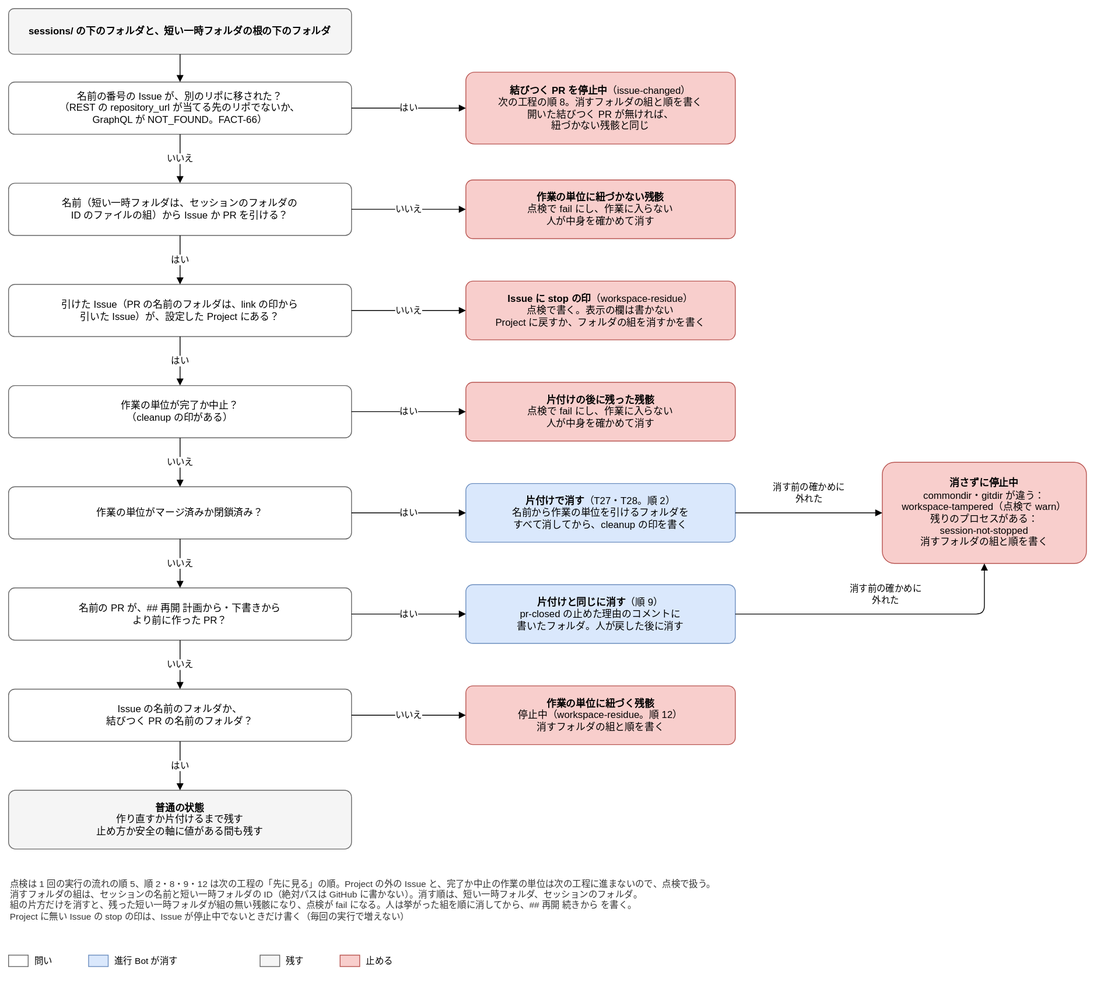
Before: docs/design/basic/diagrams/02-workspace-residue.drawio.svg, a diagram exported from draw.io (Joymerrevent/dev-autopilot). Source tidied: cells renumbered, new cells last; positions are measured from the earlier drawing's top-left corner, leaving out a move shared by most shapes.
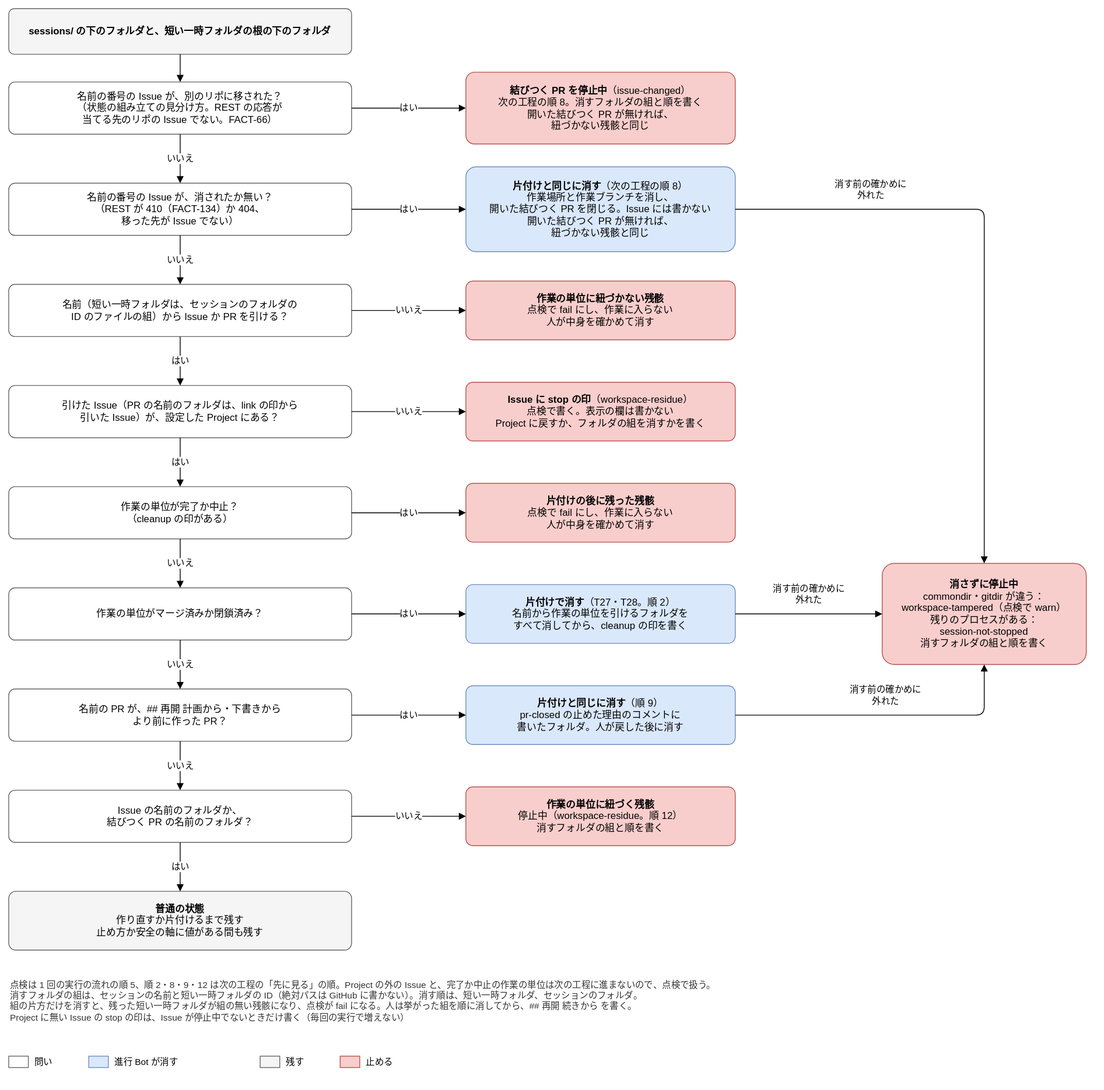
Later version of the same file.

Commit message:
docs(design): 基本設計の図で、作業の単位の Issue が消されたか無いときの片付けを描く

5 回目の再レビューの指摘を直す（R2-21）。

- 02-next-step-stops：「Issue が消されたか無い？」と「片付けだけ（順 8）」を足す
- 02-workspace-residue：移されたかの問いを状態の組み立ての見分け方にし、「消されたか無い？」と
  「片付けと同じに消す」と、消す前の確かめに外れたときの線を足す
- 02-state-assembly：結びつく PR の箱に、消された Issue を見つけるのにも読むことを足す

Claude-Session: https://claude.ai/code/session_01LvmXQN14Y95msvojZ6hWNP

The edit, as a diff of the source:
```diff
@@ -3,10 +3,10 @@
     <mxCell id="0" />
     <mxCell id="1" parent="0" />
     <mxCell id="2" value="&lt;b&gt;sessions/ の下のフォルダと、短い一時フォルダの根の下のフォルダ&lt;/b&gt;" style="rounded=1;whiteSpace=wrap;html=1;fontSize=12;arcSize=12;fillColor=#f5f5f5;strokeColor=#666666;spacing=8;" parent="1" vertex="1">
-      <mxGeometry width="420" height="56" as="geometry" />
+      <mxGeometry y="-124" width="420" height="56" as="geometry" />
     </mxCell>
-    <mxCell id="3" value="名前の番号の Issue が、別のリポに移された？&lt;br&gt;（REST の repository_url が当てる先のリポでないか、&lt;br&gt;GraphQL が NOT_FOUND。FACT-66）" style="rounded=1;whiteSpace=wrap;html=1;fontSize=12;arcSize=12;fillColor=#ffffff;strokeColor=#666666;spacing=8;" parent="1" vertex="1">
-      <mxGeometry y="90" width="420" height="64" as="geometry" />
+    <mxCell id="3" value="名前の番号の Issue が、別のリポに移された？&lt;br&gt;（状態の組み立ての見分け方。REST の応答が&lt;br&gt;当てる先のリポの Issue でない。FACT-66）" style="rounded=1;whiteSpace=wrap;html=1;fontSize=12;arcSize=12;fillColor=#ffffff;strokeColor=#666666;spacing=8;" parent="1" vertex="1">
+      <mxGeometry y="-34" width="420" height="64" as="geometry" />
     </mxCell>
     <mxCell id="4" value="名前（短い一時フォルダは、セッションのフォルダの&lt;br&gt;ID のファイルの組）から Issue か PR を引ける？" style="rounded=1;whiteSpace=wrap;html=1;fontSize=12;arcSize=12;fillColor=#ffffff;strokeColor=#666666;spacing=8;" parent="1" vertex="1">
       <mxGeometry y="214" width="420" height="64" as="geometry" />
@@ -27,7 +27,7 @@
       <mxGeometry y="834" width="420" height="64" as="geometry" />
     </mxCell>
     <mxCell id="10" value="&lt;b&gt;結びつく PR を停止中&lt;/b&gt;（issue-changed）&lt;br&gt;次の工程の順 8。消すフォルダの組と順を書く&lt;br&gt;開いた結びつく PR が無ければ、&lt;br&gt;紐づかない残骸と同じ" style="rounded=1;whiteSpace=wrap;html=1;fontSize=12;arcSize=12;fillColor=#f8cecc;strokeColor=#b85450;spacing=8;" parent="1" vertex="1">
-      <mxGeometry x="560" y="78" width="330" height="88" as="geometry" />
+      <mxGeometry x="560" y="-46" width="330" height="88" as="geometry" />
     </mxCell>
     <mxCell id="11" value="はい" style="edgeStyle=orthogonalEdgeStyle;rounded=1;html=1;endArrow=block;endFill=1;fontSize=11;labelBackgroundColor=#ffffff;exitX=1;exitY=0.5;exitDx=0;exitDy=0;entryX=0;entryY=0.5;entryDx=0;entryDy=0;" parent="1" edge="1" source="3" target="10">
       <mxGeometry relative="1" as="geometry" />
@@ -71,7 +71,7 @@
     <mxCell id="24" style="edgeStyle=orthogonalEdgeStyle;rounded=1;html=1;endArrow=block;endFill=1;fontSize=11;labelBackgroundColor=#ffffff;exitX=0.5;exitY=1;exitDx=0;exitDy=0;entryX=0.5;entryY=0;entryDx=0;entryDy=0;" parent="1" edge="1" source="2" target="3">
       <mxGeometry relative="1" as="geometry" />
     </mxCell>
-    <mxCell id="25" value="いいえ" style="edgeStyle=orthogonalEdgeStyle;rounded=1;html=1;endArrow=block;endFill=1;fontSize=11;labelBackgroundColor=#ffffff;exitX=0.5;exitY=1;exitDx=0;exitDy=0;entryX=0.5;entryY=0;entryDx=0;entryDy=0;" parent="1" edge="1" source="3" target="4">
+    <mxCell id="25" value="いいえ" style="edgeStyle=orthogonalEdgeStyle;rounded=1;html=1;endArrow=block;endFill=1;fontSize=11;labelBackgroundColor=#ffffff;exitX=0.5;exitY=1;exitDx=0;exitDy=0;entryX=0.5;entryY=0;entryDx=0;entryDy=0;" parent="1" edge="1" source="3" target="45">
       <mxGeometry relative="1" as="geometry" />
     </mxCell>
     <mxCell id="26" value="はい" style="edgeStyle=orthogonalEdgeStyle;rounded=1;html=1;endArrow=block;endFill=1;fontSize=11;labelBackgroundColor=#ffffff;exitX=0.5;exitY=1;exitDx=0;exitDy=0;entryX=0.5;entryY=0;entryDx=0;entryDy=0;" parent="1" edge="1" source="4" target="5">
@@ -138,5 +138,22 @@
     <mxCell id="44" value="止める" style="text;html=1;whiteSpace=wrap;align=left;verticalAlign=middle;fontSize=11;" parent="1" vertex="1">
       <mxGeometry x="436" y="1154" width="62" height="26" as="geometry" />
     </mxCell>
+    <mxCell id="45" value="名前の番号の Issue が、消されたか無い？&lt;br&gt;（REST が 410（FACT-134）か 404、&lt;br&gt;移った先が Issue でない）" style="rounded=1;whiteSpace=wrap;html=1;fontSize=12;arcSize=12;fillColor=#ffffff;strokeColor=#666666;spacing=8;" parent="1" vertex="1">
+      <mxGeometry y="90" width="420" height="64" as="geometry" />
+    </mxCell>
+    <mxCell id="46" value="&lt;b&gt;片付けと同じに消す&lt;/b&gt;（次の工程の順 8）&lt;br&gt;作業場所と作業ブランチを消し、&lt;br&gt;開いた結びつく PR を閉じる。Issue には書かない&lt;br&gt;開いた結びつく PR が無ければ、&lt;br&gt;紐づかない残骸と同じ" style="rounded=1;whiteSpace=wrap;html=1;fontSize=12;arcSize=12;fillColor=#dae8fc;strokeColor=#6c8ebf;spacing=8;" parent="1" vertex="1">
+      <mxGeometry x="560" y="70" width="330" height="104" as="geometry" />
+    </mxCell>
+    <mxCell id="47" value="はい" style="edgeStyle=orthogonalEdgeStyle;rounded=1;html=1;endArrow=block;endFill=1;fontSize=11;labelBackgroundColor=#ffffff;exitX=1;exitY=0.5;exitDx=0;exitDy=0;entryX=0;entryY=0.5;entryDx=0;entryDy=0;" parent="1" edge="1" source="45" target="46">
+      <mxGeometry relative="1" as="geometry" />
+    </mxCell>
+    <mxCell id="48" value="いいえ" style="edgeStyle=orthogonalEdgeStyle;rounded=1;html=1;endArrow=block;endFill=1;fontSize=11;labelBackgroundColor=#ffffff;exitX=0.5;exitY=1;exitDx=0;exitDy=0;entryX=0.5;entryY=0;entryDx=0;entryDy=0;" parent="1" edge="1" source="45" target="4">
+      <mxGeometry relative="1" as="geometry" />
+    </mxCell>
+    <mxCell id="49" value="消す前の確かめに&lt;br&gt;外れた" style="edgeStyle=orthogonalEdgeStyle;rounded=1;html=1;endArrow=block;endFill=1;fontSize=11;labelBackgroundColor=#ffffff;exitX=1;exitY=0.5;exitDx=0;exitDy=0;entryX=0.5;entryY=0;entryDx=0;entryDy=0;" parent="1" edge="1" source="46" target="33">
+      <mxGeometry x="-0.55" relative="1" as="geometry">
+        <mxPoint y="-24" as="offset" />
+      </mxGeometry>
+    </mxCell>
   </root>
 </mxGraphModel>
```
